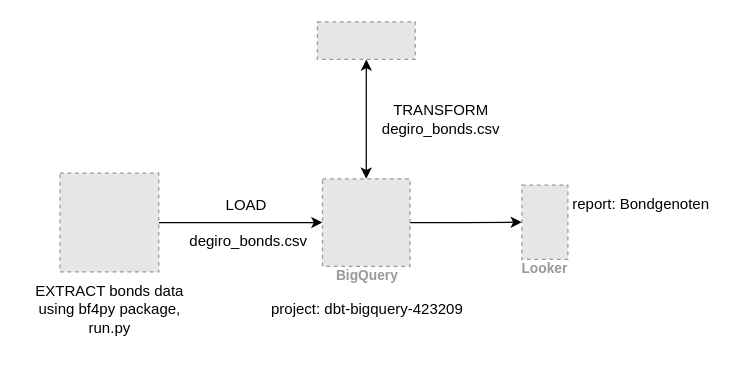
This is drawio_architecture/architecture20240514,1540h.drawio from artc95/dbtBigQuery, a draw.io file, before an edit. Source tidied: cells renumbered, new cells numbered last; positions are measured from the earlier drawing's top-left corner, leaving out a move shared by most shapes. Both pictures are drawn from the tidied source at 125%, with x=0, y=0 at pixel (21, 21). Pictures stored in the file or linked from it are replaced by grey dashed boxes.
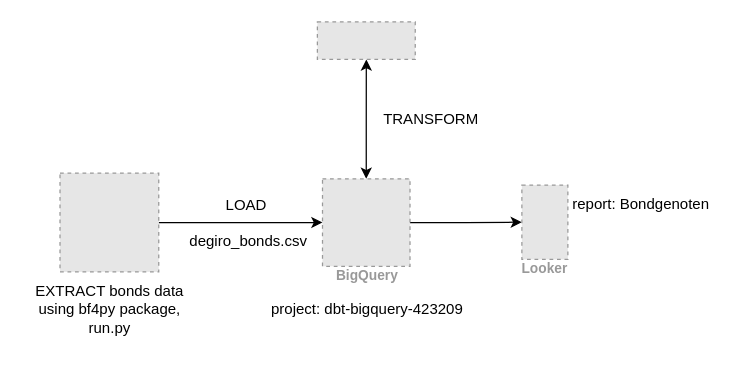
After the change.

Commit message (it also covers changes not shown here):
add drawio architecture diagram

Diff of the diagram source:
```diff
@@
 <mxGraphModel>
   <root>
     <mxCell id="0" />
     <mxCell id="1" parent="0" />
     <mxCell id="2" style="edgeStyle=orthogonalEdgeStyle;rounded=0;jettySize=auto;html=1;exitX=0.5;exitY=0;exitDx=0;exitDy=0;entryX=0.5;entryY=1;entryDx=0;entryDy=0;startArrow=classic;startFill=1;endArrow=classic;endFill=1;" parent="1" edge="1" source="4" target="9">
       <mxGeometry relative="1" as="geometry" />
     </mxCell>
     <mxCell id="3" style="edgeStyle=orthogonalEdgeStyle;rounded=0;jettySize=auto;html=1;exitX=1;exitY=0.5;exitDx=0;exitDy=0;entryX=0;entryY=0.5;entryDx=0;entryDy=0;" parent="1" edge="1" source="4" target="12">
       <mxGeometry relative="1" as="geometry" />
     </mxCell>
     <mxCell id="4" value="BigQuery" style="fillColor=#E6E6E6;strokeColor=#999999;dashed=1;html=1;verticalAlign=top;labelPosition=center;verticalLabelPosition=bottom;align=center;spacingTop=-6;fontSize=11;fontStyle=1;fontColor=#999999;" parent="1" vertex="1">
       <mxGeometry x="240.5" y="125.5" width="70" height="70" as="geometry" />
     </mxCell>
     <mxCell id="5" style="edgeStyle=orthogonalEdgeStyle;rounded=0;jettySize=auto;html=1;exitX=1;exitY=0.5;exitDx=0;exitDy=0;entryX=0;entryY=0.5;entryDx=0;entryDy=0;" parent="1" edge="1" source="6" target="4">
       <mxGeometry relative="1" as="geometry" />
     </mxCell>
     <mxCell id="6" style="fillColor=#E6E6E6;strokeColor=#999999;dashed=1;html=1;verticalAlign=top;verticalLabelPosition=bottom;labelBackgroundColor=#ffffff;" parent="1" vertex="1">
       <mxGeometry x="30.5" y="121" width="79" height="79" as="geometry" />
     </mxCell>
     <mxCell id="7" value="&lt;div&gt;EXTRACT bonds data&lt;/div&gt;&lt;div&gt;using&amp;nbsp;&lt;span style=&quot;background-color: initial;&quot;&gt;bf4py package,&lt;/span&gt;&lt;/div&gt;&lt;div&gt;run.py&lt;/div&gt;" style="text;html=1;align=center;verticalAlign=middle;strokeColor=none;fillColor=none;" parent="1" vertex="1">
       <mxGeometry y="200" width="140" height="60" as="geometry" />
     </mxCell>
     <mxCell id="8" value="LOAD&amp;nbsp;&lt;div&gt;&lt;br&gt;&lt;/div&gt;&lt;div&gt;degiro_bonds.csv&lt;/div&gt;" style="text;html=1;align=center;verticalAlign=middle;strokeColor=none;fillColor=none;" parent="1" vertex="1">
       <mxGeometry x="120.5" y="130.5" width="120" height="60" as="geometry" />
     </mxCell>
     <mxCell id="9" style="fillColor=#E6E6E6;strokeColor=#999999;dashed=1;verticalLabelPosition=bottom;labelBackgroundColor=default;verticalAlign=top;" parent="1" vertex="1">
       <mxGeometry x="236.4" width="78.3" height="30" as="geometry" />
     </mxCell>
-    <mxCell id="10" value="TRANSFORM&lt;div&gt;degiro_bonds.csv&lt;/div&gt;" style="text;html=1;align=center;verticalAlign=middle;strokeColor=none;fillColor=none;" parent="1" vertex="1">
-      <mxGeometry x="279" y="57" width="112" height="41" as="geometry" />
+    <mxCell id="10" value="TRANSFORM" style="text;html=1;align=center;verticalAlign=middle;strokeColor=none;fillColor=none;" parent="1" vertex="1">
+      <mxGeometry x="280" y="65" width="94" height="26" as="geometry" />
     </mxCell>
     <mxCell id="11" value="project:&amp;nbsp;&lt;span style=&quot;white-space-collapse: collapse;&quot;&gt;dbt-bigquery-423209&lt;/span&gt;" style="text;html=1;align=center;verticalAlign=middle;strokeColor=none;fillColor=none;" parent="1" vertex="1">
       <mxGeometry x="185.5" y="215" width="180" height="30" as="geometry" />
     </mxCell>
     <mxCell id="12" value="Looker" style="fillColor=#E6E6E6;strokeColor=#999999;dashed=1;html=1;verticalAlign=top;labelPosition=center;verticalLabelPosition=bottom;align=center;spacingTop=-6;fontSize=11;fontStyle=1;fontColor=#999999;" parent="1" vertex="1">
       <mxGeometry x="400" y="130.5" width="36.8" height="59.5" as="geometry" />
     </mxCell>
     <mxCell id="13" value="report: Bondgenoten" style="text;html=1;align=center;verticalAlign=middle;strokeColor=none;fillColor=none;" parent="1" vertex="1">
       <mxGeometry x="430" y="130.5" width="130" height="30" as="geometry" />
     </mxCell>
   </root>
 </mxGraphModel>
```
